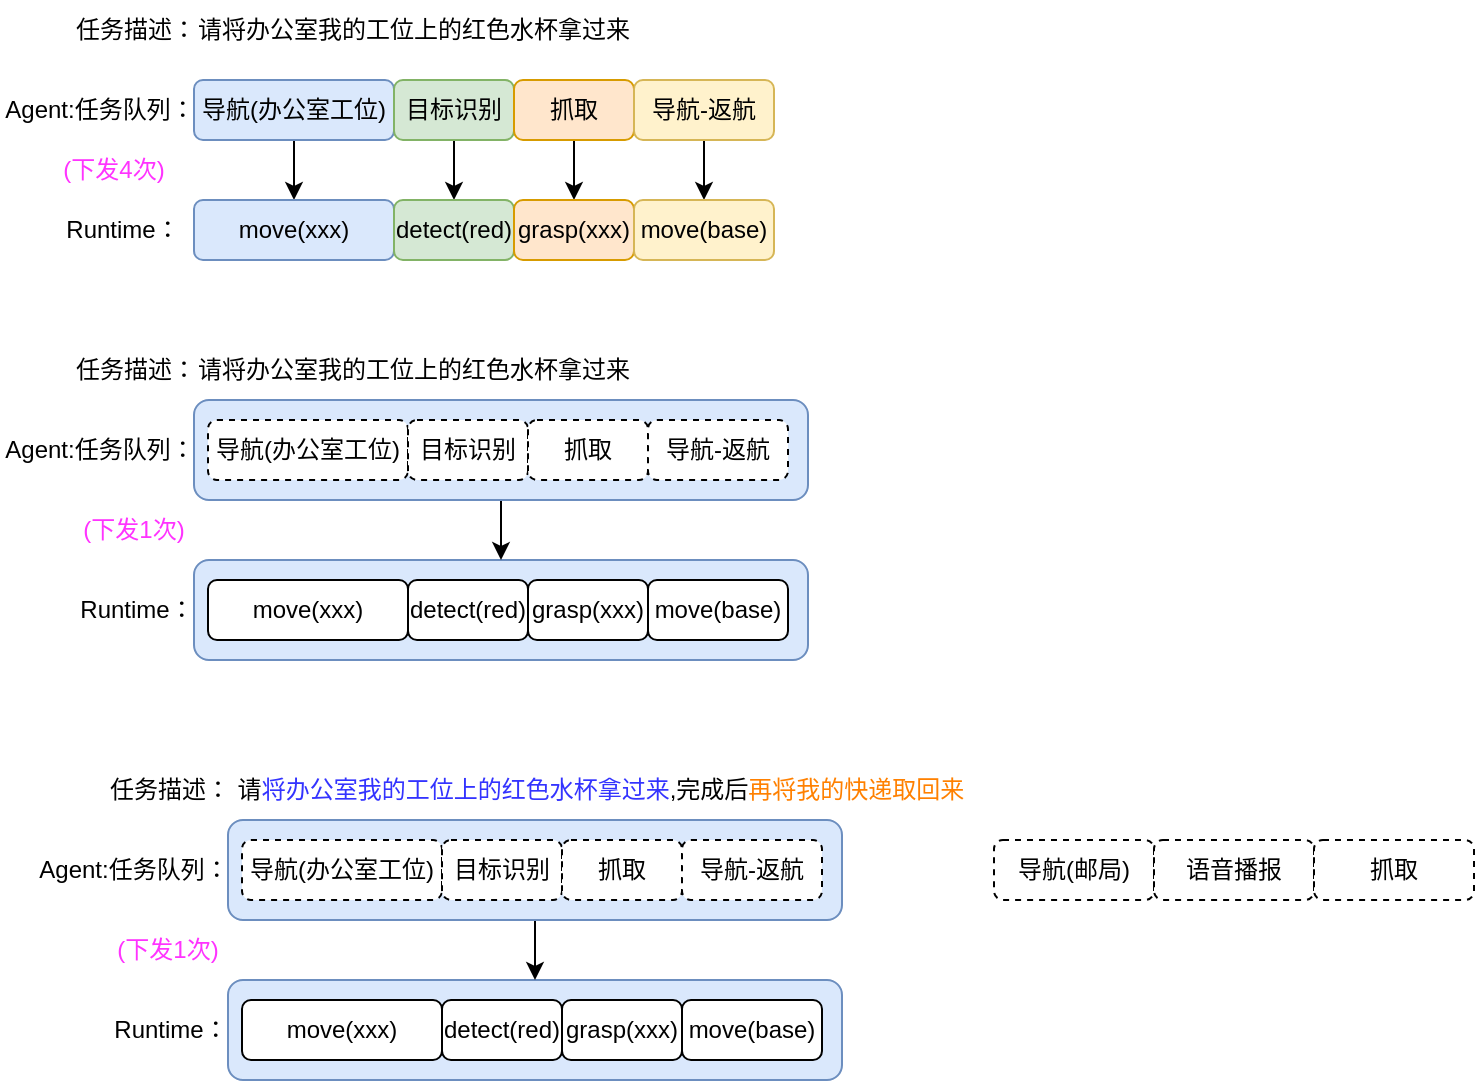
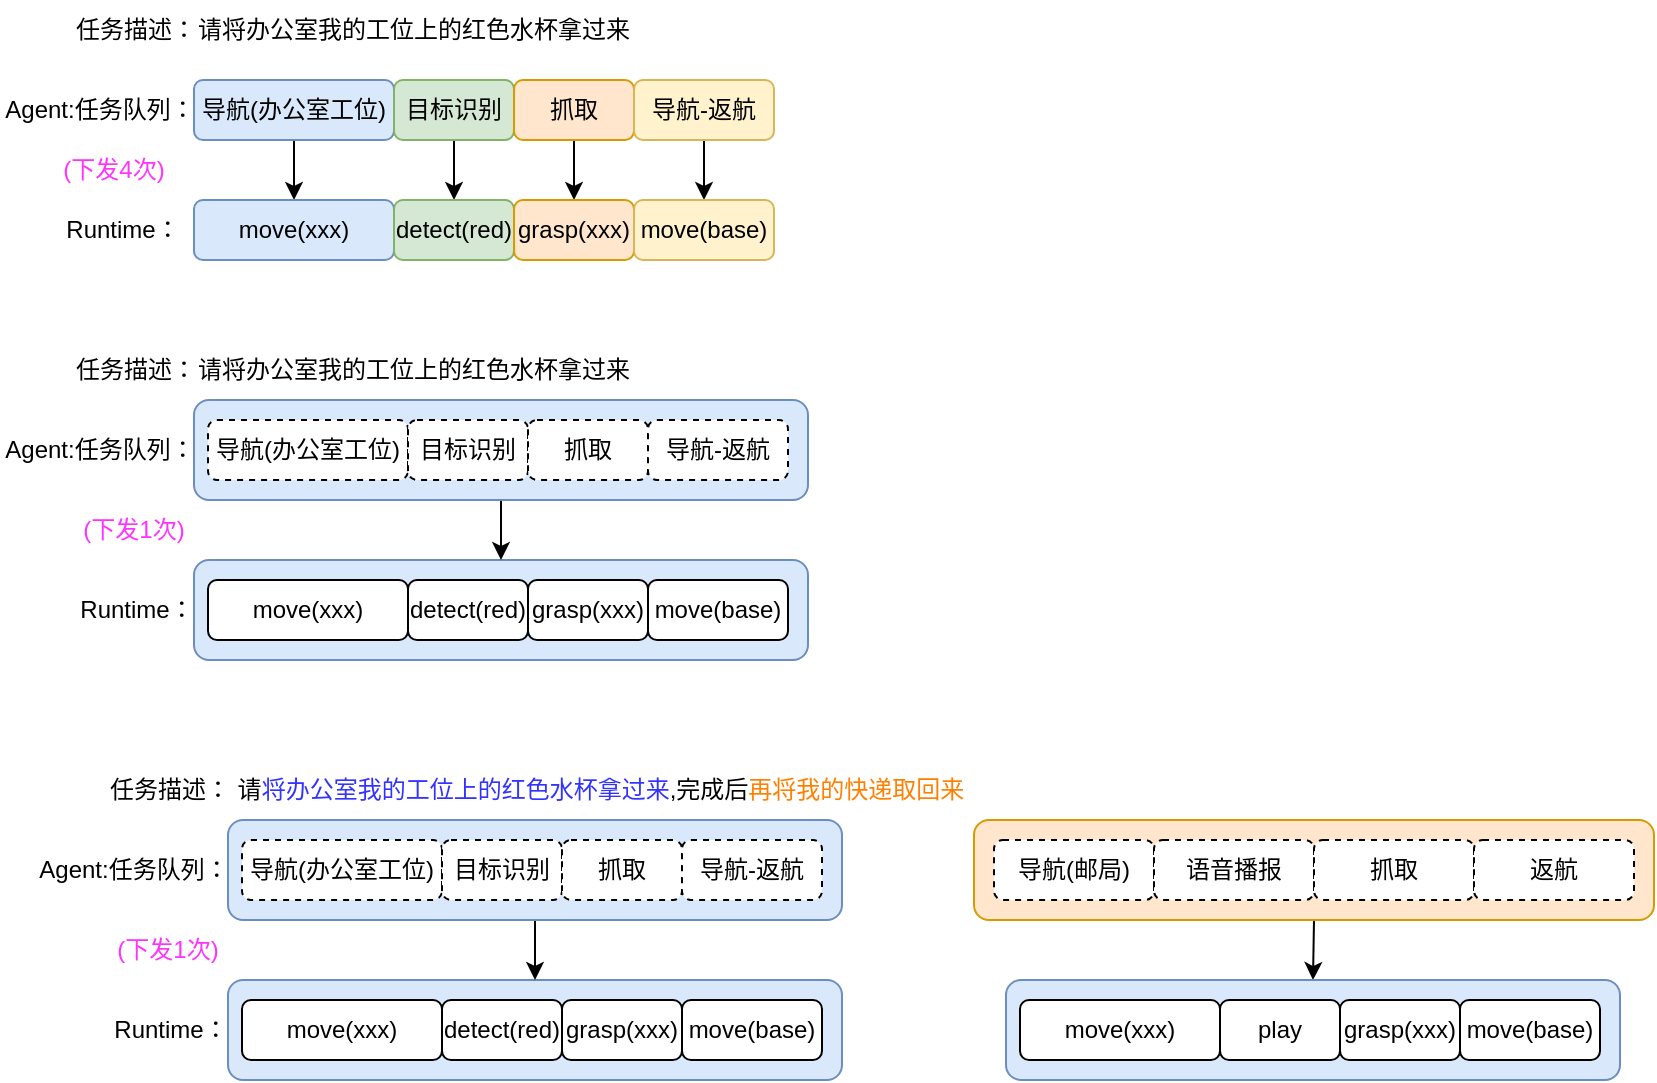
<mxfile host="app.diagrams.net">
  <diagram name="第 1 页" id="AqDmRzZVIJ-5uyctXJOA">
    <mxGraphModel dx="957" dy="525" grid="1" gridSize="10" guides="1" tooltips="1" connect="1" arrows="1" fold="1" page="1" pageScale="1" pageWidth="2339" pageHeight="3300" math="0" shadow="0">
      <root>
        <mxCell id="0" />
        <mxCell id="1" parent="0" />
+         <mxCell id="TX6EBbOIm9mCNyf-wsjQ-69" edge="1" parent="1" source="TX6EBbOIm9mCNyf-wsjQ-63" style="edgeStyle=orthogonalEdgeStyle;rounded=0;orthogonalLoop=1;jettySize=auto;html=1;exitX=0.5;exitY=1;exitDx=0;exitDy=0;entryX=0.5;entryY=0;entryDx=0;entryDy=0;" target="TX6EBbOIm9mCNyf-wsjQ-64">
+           <mxGeometry relative="1" as="geometry" />
+         </mxCell>
+         <mxCell id="TX6EBbOIm9mCNyf-wsjQ-63" parent="1" style="rounded=1;whiteSpace=wrap;html=1;fillColor=#ffe6cc;strokeColor=#d79b00;" value="" vertex="1">
+           <mxGeometry height="50" width="340" x="510" y="740" as="geometry" />
+         </mxCell>
        <mxCell id="TX6EBbOIm9mCNyf-wsjQ-37" parent="1" style="rounded=1;whiteSpace=wrap;html=1;fillColor=#dae8fc;strokeColor=#6c8ebf;" value="" vertex="1">
          <mxGeometry height="50" width="307" x="120" y="610" as="geometry" />
        </mxCell>
        <mxCell id="TX6EBbOIm9mCNyf-wsjQ-38" edge="1" parent="1" source="TX6EBbOIm9mCNyf-wsjQ-36" style="edgeStyle=orthogonalEdgeStyle;rounded=0;orthogonalLoop=1;jettySize=auto;html=1;exitX=0.5;exitY=1;exitDx=0;exitDy=0;entryX=0.5;entryY=0;entryDx=0;entryDy=0;" target="TX6EBbOIm9mCNyf-wsjQ-37">
          <mxGeometry relative="1" as="geometry" />
        </mxCell>
        <mxCell id="TX6EBbOIm9mCNyf-wsjQ-36" parent="1" style="rounded=1;whiteSpace=wrap;html=1;fillColor=#dae8fc;strokeColor=#6c8ebf;" value="" vertex="1">
          <mxGeometry height="50" width="307" x="120" y="530" as="geometry" />
        </mxCell>
        <mxCell id="TX6EBbOIm9mCNyf-wsjQ-15" edge="1" parent="1" source="TX6EBbOIm9mCNyf-wsjQ-1" style="edgeStyle=orthogonalEdgeStyle;rounded=0;orthogonalLoop=1;jettySize=auto;html=1;exitX=0.5;exitY=1;exitDx=0;exitDy=0;entryX=0.5;entryY=0;entryDx=0;entryDy=0;" target="TX6EBbOIm9mCNyf-wsjQ-11">
          <mxGeometry relative="1" as="geometry" />
        </mxCell>
        <mxCell id="TX6EBbOIm9mCNyf-wsjQ-1" parent="1" style="rounded=1;whiteSpace=wrap;html=1;fillColor=#dae8fc;strokeColor=#6c8ebf;" value="导航(办公室工位)" vertex="1">
          <mxGeometry height="30" width="100" x="120" y="370" as="geometry" />
        </mxCell>
        <mxCell id="TX6EBbOIm9mCNyf-wsjQ-2" parent="1" style="text;html=1;whiteSpace=wrap;strokeColor=none;fillColor=none;align=center;verticalAlign=middle;rounded=0;" value="Agent:任务队列：" vertex="1">
          <mxGeometry height="30" width="100" x="23" y="370" as="geometry" />
        </mxCell>
        <mxCell id="TX6EBbOIm9mCNyf-wsjQ-3" parent="1" style="text;html=1;whiteSpace=wrap;strokeColor=none;fillColor=none;align=center;verticalAlign=middle;rounded=0;" value="任务描述：" vertex="1">
          <mxGeometry height="30" width="70" x="56" y="330" as="geometry" />
        </mxCell>
        <mxCell id="TX6EBbOIm9mCNyf-wsjQ-4" parent="1" style="text;html=1;whiteSpace=wrap;strokeColor=none;fillColor=none;align=center;verticalAlign=middle;rounded=0;" value="请将办公室我的工位上的红色水杯拿过来" vertex="1">
          <mxGeometry height="30" width="220" x="120" y="330" as="geometry" />
        </mxCell>
        <mxCell id="TX6EBbOIm9mCNyf-wsjQ-16" edge="1" parent="1" source="TX6EBbOIm9mCNyf-wsjQ-5" style="edgeStyle=orthogonalEdgeStyle;rounded=0;orthogonalLoop=1;jettySize=auto;html=1;exitX=0.5;exitY=1;exitDx=0;exitDy=0;entryX=0.5;entryY=0;entryDx=0;entryDy=0;" target="TX6EBbOIm9mCNyf-wsjQ-12">
          <mxGeometry relative="1" as="geometry" />
        </mxCell>
        <mxCell id="TX6EBbOIm9mCNyf-wsjQ-5" parent="1" style="rounded=1;whiteSpace=wrap;html=1;fillColor=#d5e8d4;strokeColor=#82b366;" value="目标识别" vertex="1">
          <mxGeometry height="30" width="60" x="220" y="370" as="geometry" />
        </mxCell>
        <mxCell id="TX6EBbOIm9mCNyf-wsjQ-17" edge="1" parent="1" source="TX6EBbOIm9mCNyf-wsjQ-6" style="edgeStyle=orthogonalEdgeStyle;rounded=0;orthogonalLoop=1;jettySize=auto;html=1;exitX=0.5;exitY=1;exitDx=0;exitDy=0;entryX=0.5;entryY=0;entryDx=0;entryDy=0;" target="TX6EBbOIm9mCNyf-wsjQ-13">
          <mxGeometry relative="1" as="geometry" />
        </mxCell>
        <mxCell id="TX6EBbOIm9mCNyf-wsjQ-6" parent="1" style="rounded=1;whiteSpace=wrap;html=1;fillColor=#ffe6cc;strokeColor=#d79b00;" value="抓取" vertex="1">
          <mxGeometry height="30" width="60" x="280" y="370" as="geometry" />
        </mxCell>
        <mxCell id="TX6EBbOIm9mCNyf-wsjQ-18" edge="1" parent="1" source="TX6EBbOIm9mCNyf-wsjQ-7" style="edgeStyle=orthogonalEdgeStyle;rounded=0;orthogonalLoop=1;jettySize=auto;html=1;exitX=0.5;exitY=1;exitDx=0;exitDy=0;entryX=0.5;entryY=0;entryDx=0;entryDy=0;" target="TX6EBbOIm9mCNyf-wsjQ-14">
          <mxGeometry relative="1" as="geometry" />
        </mxCell>
        <mxCell id="TX6EBbOIm9mCNyf-wsjQ-7" parent="1" style="rounded=1;whiteSpace=wrap;html=1;fillColor=#fff2cc;strokeColor=#d6b656;" value="导航-返航" vertex="1">
          <mxGeometry height="30" width="70" x="340" y="370" as="geometry" />
        </mxCell>
        <mxCell id="TX6EBbOIm9mCNyf-wsjQ-8" parent="1" style="text;html=1;whiteSpace=wrap;strokeColor=none;fillColor=none;align=center;verticalAlign=middle;rounded=0;" value="Runtime：" vertex="1">
          <mxGeometry height="30" width="57" x="56" y="430" as="geometry" />
        </mxCell>
        <mxCell id="TX6EBbOIm9mCNyf-wsjQ-11" parent="1" style="rounded=1;whiteSpace=wrap;html=1;fillColor=#dae8fc;strokeColor=#6c8ebf;" value="move(xxx)" vertex="1">
          <mxGeometry height="30" width="100" x="120" y="430" as="geometry" />
        </mxCell>
        <mxCell id="TX6EBbOIm9mCNyf-wsjQ-12" parent="1" style="rounded=1;whiteSpace=wrap;html=1;fillColor=#d5e8d4;strokeColor=#82b366;" value="detect(red)" vertex="1">
          <mxGeometry height="30" width="60" x="220" y="430" as="geometry" />
        </mxCell>
        <mxCell id="TX6EBbOIm9mCNyf-wsjQ-13" parent="1" style="rounded=1;whiteSpace=wrap;html=1;fillColor=#ffe6cc;strokeColor=#d79b00;" value="grasp(xxx)" vertex="1">
          <mxGeometry height="30" width="60" x="280" y="430" as="geometry" />
        </mxCell>
        <mxCell id="TX6EBbOIm9mCNyf-wsjQ-14" parent="1" style="rounded=1;whiteSpace=wrap;html=1;fillColor=#fff2cc;strokeColor=#d6b656;" value="move(base)" vertex="1">
          <mxGeometry height="30" width="70" x="340" y="430" as="geometry" />
        </mxCell>
        <mxCell id="TX6EBbOIm9mCNyf-wsjQ-19" parent="1" style="text;html=1;whiteSpace=wrap;strokeColor=none;fillColor=none;align=center;verticalAlign=middle;rounded=0;" value="请将办公室我的工位上的红色水杯拿过来" vertex="1">
          <mxGeometry height="30" width="220" x="120" y="500" as="geometry" />
        </mxCell>
        <mxCell id="TX6EBbOIm9mCNyf-wsjQ-20" parent="1" style="text;html=1;whiteSpace=wrap;strokeColor=none;fillColor=none;align=center;verticalAlign=middle;rounded=0;" value="任务描述：" vertex="1">
          <mxGeometry height="30" width="70" x="56" y="500" as="geometry" />
        </mxCell>
        <mxCell id="TX6EBbOIm9mCNyf-wsjQ-22" parent="1" style="rounded=1;whiteSpace=wrap;html=1;dashed=1;" value="导航(办公室工位)" vertex="1">
          <mxGeometry height="30" width="100" x="127" y="540" as="geometry" />
        </mxCell>
        <mxCell id="TX6EBbOIm9mCNyf-wsjQ-23" parent="1" style="text;html=1;whiteSpace=wrap;strokeColor=none;fillColor=none;align=center;verticalAlign=middle;rounded=0;" value="Agent:任务队列：" vertex="1">
          <mxGeometry height="30" width="100" x="23" y="540" as="geometry" />
        </mxCell>
        <mxCell id="TX6EBbOIm9mCNyf-wsjQ-25" parent="1" style="rounded=1;whiteSpace=wrap;html=1;dashed=1;" value="目标识别" vertex="1">
          <mxGeometry height="30" width="60" x="227" y="540" as="geometry" />
        </mxCell>
        <mxCell id="TX6EBbOIm9mCNyf-wsjQ-27" parent="1" style="rounded=1;whiteSpace=wrap;html=1;dashed=1;" value="抓取" vertex="1">
          <mxGeometry height="30" width="60" x="287" y="540" as="geometry" />
        </mxCell>
        <mxCell id="TX6EBbOIm9mCNyf-wsjQ-29" parent="1" style="rounded=1;whiteSpace=wrap;html=1;dashed=1;" value="导航-返航" vertex="1">
          <mxGeometry height="30" width="70" x="347" y="540" as="geometry" />
        </mxCell>
        <mxCell id="TX6EBbOIm9mCNyf-wsjQ-30" parent="1" style="text;html=1;whiteSpace=wrap;strokeColor=none;fillColor=none;align=center;verticalAlign=middle;rounded=0;" value="Runtime：" vertex="1">
          <mxGeometry height="30" width="57" x="62.5" y="620" as="geometry" />
        </mxCell>
        <mxCell id="TX6EBbOIm9mCNyf-wsjQ-31" parent="1" style="rounded=1;whiteSpace=wrap;html=1;" value="move(xxx)" vertex="1">
          <mxGeometry height="30" width="100" x="127" y="620" as="geometry" />
        </mxCell>
        <mxCell id="TX6EBbOIm9mCNyf-wsjQ-32" parent="1" style="rounded=1;whiteSpace=wrap;html=1;" value="detect(red)" vertex="1">
          <mxGeometry height="30" width="60" x="227" y="620" as="geometry" />
        </mxCell>
        <mxCell id="TX6EBbOIm9mCNyf-wsjQ-33" parent="1" style="rounded=1;whiteSpace=wrap;html=1;" value="grasp(xxx)" vertex="1">
          <mxGeometry height="30" width="60" x="287" y="620" as="geometry" />
        </mxCell>
        <mxCell id="TX6EBbOIm9mCNyf-wsjQ-34" parent="1" style="rounded=1;whiteSpace=wrap;html=1;" value="move(base)" vertex="1">
          <mxGeometry height="30" width="70" x="347" y="620" as="geometry" />
        </mxCell>
        <mxCell id="TX6EBbOIm9mCNyf-wsjQ-35" parent="1" style="text;html=1;whiteSpace=wrap;strokeColor=none;fillColor=none;align=center;verticalAlign=middle;rounded=0;fontColor=#FF33FF;" value="(下发4次)" vertex="1">
          <mxGeometry height="30" width="60" x="50" y="400" as="geometry" />
        </mxCell>
        <mxCell id="TX6EBbOIm9mCNyf-wsjQ-39" parent="1" style="text;html=1;whiteSpace=wrap;strokeColor=none;fillColor=none;align=center;verticalAlign=middle;rounded=0;fontColor=#FF33FF;" value="(下发1次)" vertex="1">
          <mxGeometry height="30" width="60" x="59.5" y="580" as="geometry" />
        </mxCell>
        <mxCell id="TX6EBbOIm9mCNyf-wsjQ-40" parent="1" style="rounded=1;whiteSpace=wrap;html=1;fillColor=#dae8fc;strokeColor=#6c8ebf;" value="" vertex="1">
          <mxGeometry height="50" width="307" x="137" y="820" as="geometry" />
        </mxCell>
        <mxCell id="TX6EBbOIm9mCNyf-wsjQ-41" edge="1" parent="1" source="TX6EBbOIm9mCNyf-wsjQ-42" style="edgeStyle=orthogonalEdgeStyle;rounded=0;orthogonalLoop=1;jettySize=auto;html=1;exitX=0.5;exitY=1;exitDx=0;exitDy=0;entryX=0.5;entryY=0;entryDx=0;entryDy=0;" target="TX6EBbOIm9mCNyf-wsjQ-40">
          <mxGeometry relative="1" as="geometry" />
        </mxCell>
        <mxCell id="TX6EBbOIm9mCNyf-wsjQ-42" parent="1" style="rounded=1;whiteSpace=wrap;html=1;fillColor=#dae8fc;strokeColor=#6c8ebf;" value="" vertex="1">
          <mxGeometry height="50" width="307" x="137" y="740" as="geometry" />
        </mxCell>
        <mxCell id="TX6EBbOIm9mCNyf-wsjQ-43" parent="1" style="text;html=1;whiteSpace=wrap;strokeColor=none;fillColor=none;align=center;verticalAlign=middle;rounded=0;" value="请&lt;font style=&quot;color: rgb(51, 51, 255);&quot;&gt;将办公室我的工位上的红色水杯拿过来&lt;/font&gt;,完成后&lt;font style=&quot;color: rgb(255, 128, 0);&quot;&gt;再将我的快递取回来&lt;/font&gt;" vertex="1">
          <mxGeometry height="30" width="373" x="137" y="710" as="geometry" />
        </mxCell>
        <mxCell id="TX6EBbOIm9mCNyf-wsjQ-44" parent="1" style="text;html=1;whiteSpace=wrap;strokeColor=none;fillColor=none;align=center;verticalAlign=middle;rounded=0;" value="任务描述：" vertex="1">
          <mxGeometry height="30" width="70" x="73" y="710" as="geometry" />
        </mxCell>
        <mxCell id="TX6EBbOIm9mCNyf-wsjQ-45" parent="1" style="rounded=1;whiteSpace=wrap;html=1;dashed=1;" value="导航(办公室工位)" vertex="1">
          <mxGeometry height="30" width="100" x="144" y="750" as="geometry" />
        </mxCell>
        <mxCell id="TX6EBbOIm9mCNyf-wsjQ-46" parent="1" style="text;html=1;whiteSpace=wrap;strokeColor=none;fillColor=none;align=center;verticalAlign=middle;rounded=0;" value="Agent:任务队列：" vertex="1">
          <mxGeometry height="30" width="100" x="40" y="750" as="geometry" />
        </mxCell>
        <mxCell id="TX6EBbOIm9mCNyf-wsjQ-47" parent="1" style="rounded=1;whiteSpace=wrap;html=1;dashed=1;" value="目标识别" vertex="1">
          <mxGeometry height="30" width="60" x="244" y="750" as="geometry" />
        </mxCell>
        <mxCell id="TX6EBbOIm9mCNyf-wsjQ-48" parent="1" style="rounded=1;whiteSpace=wrap;html=1;dashed=1;" value="抓取" vertex="1">
          <mxGeometry height="30" width="60" x="304" y="750" as="geometry" />
        </mxCell>
        <mxCell id="TX6EBbOIm9mCNyf-wsjQ-49" parent="1" style="rounded=1;whiteSpace=wrap;html=1;dashed=1;" value="导航-返航" vertex="1">
          <mxGeometry height="30" width="70" x="364" y="750" as="geometry" />
        </mxCell>
        <mxCell id="TX6EBbOIm9mCNyf-wsjQ-50" parent="1" style="text;html=1;whiteSpace=wrap;strokeColor=none;fillColor=none;align=center;verticalAlign=middle;rounded=0;" value="Runtime：" vertex="1">
          <mxGeometry height="30" width="57" x="79.5" y="830" as="geometry" />
        </mxCell>
        <mxCell id="TX6EBbOIm9mCNyf-wsjQ-51" parent="1" style="rounded=1;whiteSpace=wrap;html=1;" value="move(xxx)" vertex="1">
          <mxGeometry height="30" width="100" x="144" y="830" as="geometry" />
        </mxCell>
        <mxCell id="TX6EBbOIm9mCNyf-wsjQ-52" parent="1" style="rounded=1;whiteSpace=wrap;html=1;" value="detect(red)" vertex="1">
          <mxGeometry height="30" width="60" x="244" y="830" as="geometry" />
        </mxCell>
        <mxCell id="TX6EBbOIm9mCNyf-wsjQ-53" parent="1" style="rounded=1;whiteSpace=wrap;html=1;" value="grasp(xxx)" vertex="1">
          <mxGeometry height="30" width="60" x="304" y="830" as="geometry" />
        </mxCell>
        <mxCell id="TX6EBbOIm9mCNyf-wsjQ-54" parent="1" style="rounded=1;whiteSpace=wrap;html=1;" value="move(base)" vertex="1">
          <mxGeometry height="30" width="70" x="364" y="830" as="geometry" />
        </mxCell>
        <mxCell id="TX6EBbOIm9mCNyf-wsjQ-55" parent="1" style="text;html=1;whiteSpace=wrap;strokeColor=none;fillColor=none;align=center;verticalAlign=middle;rounded=0;fontColor=#FF33FF;" value="(下发1次)" vertex="1">
          <mxGeometry height="30" width="60" x="76.5" y="790" as="geometry" />
        </mxCell>
        <mxCell id="TX6EBbOIm9mCNyf-wsjQ-56" parent="1" style="rounded=1;whiteSpace=wrap;html=1;dashed=1;" value="导航(邮局)" vertex="1">
          <mxGeometry height="30" width="80" x="520" y="750" as="geometry" />
        </mxCell>
        <mxCell id="TX6EBbOIm9mCNyf-wsjQ-60" parent="1" style="rounded=1;whiteSpace=wrap;html=1;dashed=1;" value="语音播报" vertex="1">
          <mxGeometry height="30" width="80" x="600" y="750" as="geometry" />
        </mxCell>
        <mxCell id="TX6EBbOIm9mCNyf-wsjQ-61" parent="1" style="rounded=1;whiteSpace=wrap;html=1;dashed=1;" value="抓取" vertex="1">
          <mxGeometry height="30" width="80" x="680" y="750" as="geometry" />
        </mxCell>
+         <mxCell id="TX6EBbOIm9mCNyf-wsjQ-62" parent="1" style="rounded=1;whiteSpace=wrap;html=1;dashed=1;" value="返航" vertex="1">
+           <mxGeometry height="30" width="80" x="760" y="750" as="geometry" />
+         </mxCell>
+         <mxCell id="TX6EBbOIm9mCNyf-wsjQ-64" parent="1" style="rounded=1;whiteSpace=wrap;html=1;fillColor=#dae8fc;strokeColor=#6c8ebf;" value="" vertex="1">
+           <mxGeometry height="50" width="307" x="526" y="820" as="geometry" />
+         </mxCell>
+         <mxCell id="TX6EBbOIm9mCNyf-wsjQ-65" parent="1" style="rounded=1;whiteSpace=wrap;html=1;" value="move(xxx)" vertex="1">
+           <mxGeometry height="30" width="100" x="533" y="830" as="geometry" />
+         </mxCell>
+         <mxCell id="TX6EBbOIm9mCNyf-wsjQ-66" parent="1" style="rounded=1;whiteSpace=wrap;html=1;" value="play" vertex="1">
+           <mxGeometry height="30" width="60" x="633" y="830" as="geometry" />
+         </mxCell>
+         <mxCell id="TX6EBbOIm9mCNyf-wsjQ-67" parent="1" style="rounded=1;whiteSpace=wrap;html=1;" value="grasp(xxx)" vertex="1">
+           <mxGeometry height="30" width="60" x="693" y="830" as="geometry" />
+         </mxCell>
+         <mxCell id="TX6EBbOIm9mCNyf-wsjQ-68" parent="1" style="rounded=1;whiteSpace=wrap;html=1;" value="move(base)" vertex="1">
+           <mxGeometry height="30" width="70" x="753" y="830" as="geometry" />
+         </mxCell>
      </root>
    </mxGraphModel>
  </diagram>
</mxfile>
